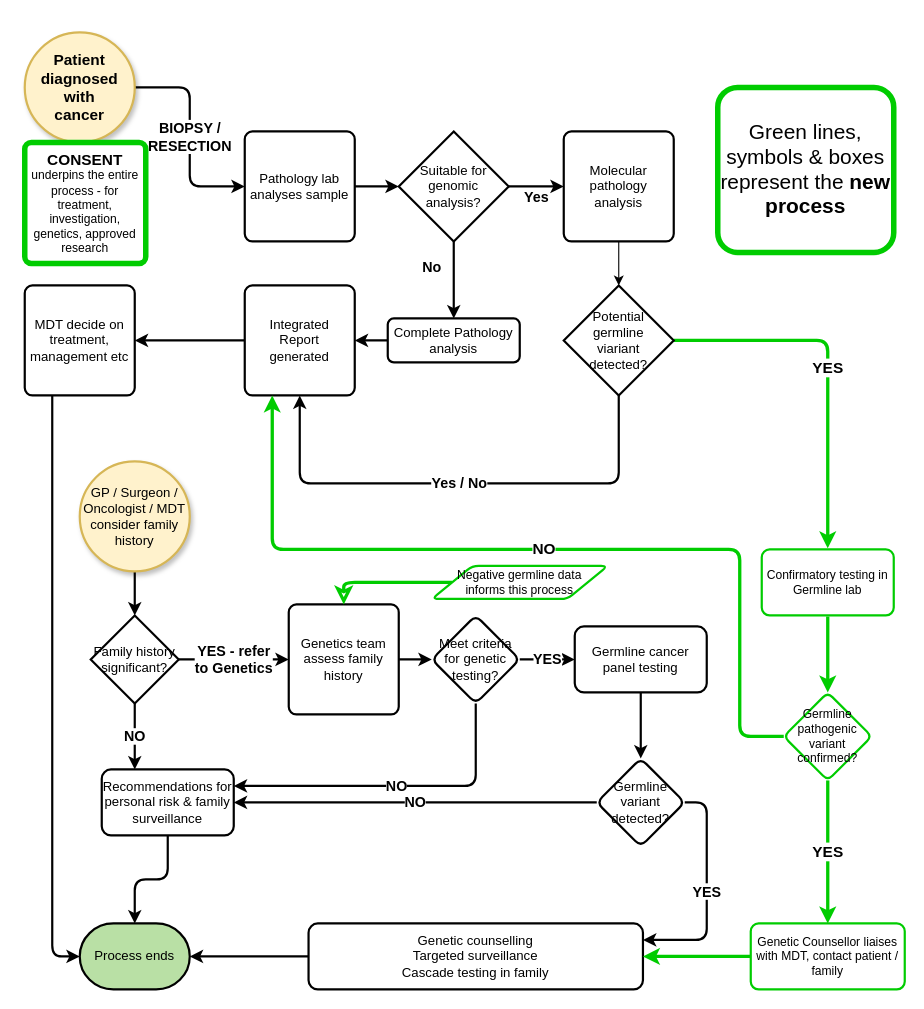
Before: BasicCancerFlow_Phase2.drawio in mckeelab/cancerflow, a draw.io diagram. Source tidied: cells renumbered, new cells numbered last; positions are measured from the earlier drawing's top-left corner, leaving out a move shared by most shapes. Both pictures are drawn from the tidied source at 110%, with x=0, y=0 at pixel (24, 32).
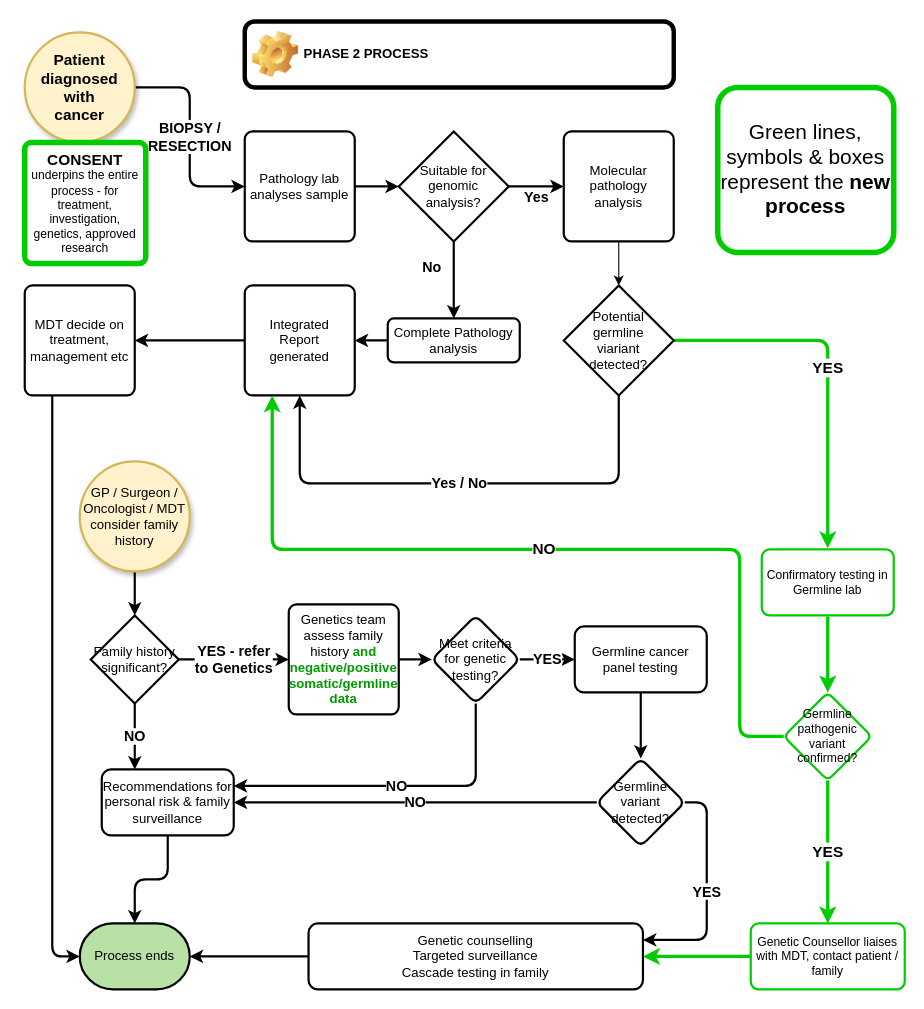
After the change.

What changed in the source:
```diff
@@
-    <mxCell id="28" value="Genetics team assess family history" style="rounded=1;whiteSpace=wrap;html=1;absoluteArcSize=1;arcSize=14;strokeWidth=2;" parent="1" vertex="1">
+    <mxCell id="28" value="Genetics team assess family history &lt;b&gt;&lt;font color=&quot;#009900&quot;&gt;and negative/positive somatic/germline data&lt;/font&gt;&lt;/b&gt;" style="rounded=1;whiteSpace=wrap;html=1;absoluteArcSize=1;arcSize=14;strokeWidth=2;" parent="1" vertex="1">
       <mxGeometry x="240" y="520" width="100" height="100" as="geometry" />
     </mxCell>
@@
-    <mxCell id="48" style="edgeStyle=orthogonalEdgeStyle;shape=connector;rounded=1;jettySize=auto;html=1;entryX=0.5;entryY=0;entryDx=0;entryDy=0;shadow=0;labelBackgroundColor=default;strokeColor=#00CC00;strokeWidth=3;fontFamily=Helvetica;fontSize=14;fontColor=default;endArrow=classic;endFill=0;endSize=8;fontStyle=1;" parent="1" edge="1" source="49" target="28">
-      <mxGeometry relative="1" as="geometry" />
-    </mxCell>
-    <mxCell id="49" value="Negative germline data &lt;br&gt;informs this process" style="shape=parallelogram;html=1;strokeWidth=2;perimeter=parallelogramPerimeter;whiteSpace=wrap;rounded=1;arcSize=12;size=0.23;fontFamily=Helvetica;fontSize=11;fontColor=default;strokeColor=#00CC00;" parent="1" vertex="1">
-      <mxGeometry x="370" y="485" width="160" height="30" as="geometry" />
-    </mxCell>
@@
+    <mxCell id="52" value="PHASE 2 PROCESS" style="label;whiteSpace=wrap;html=1;image=img/clipart/Gear_128x128.png;strokeWidth=4;" parent="1" vertex="1">
+      <mxGeometry x="200" y="-10" width="390" height="60" as="geometry" />
+    </mxCell>
```
